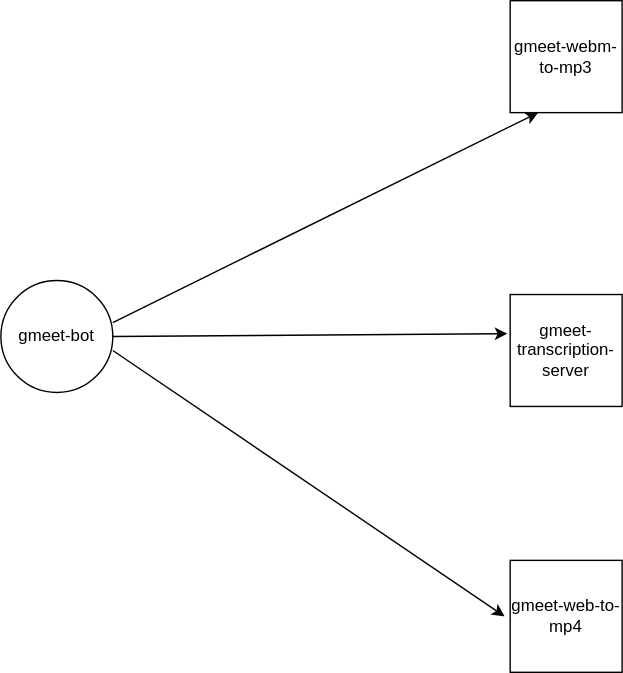
Earlier version of the draw.io export gmeet-webm-mp3-integration (stage-1).drawio.svg (himanshu-bhardwaz/draw.io). Source tidied: cells renumbered, new cells last; positions are measured from the earlier drawing's top-left corner, leaving out a move shared by most shapes. Source of this version:
```xml
<mxGraphModel>
  <root>
    <mxCell id="0" />
    <mxCell id="1" parent="0" />
    <mxCell id="2" value="gmeet-bot" style="ellipse;whiteSpace=wrap;html=1;" parent="1" vertex="1">
      <mxGeometry y="200" width="80" height="80" as="geometry" />
    </mxCell>
    <mxCell id="3" value="gmeet-webm-to-mp3" style="whiteSpace=wrap;html=1;" parent="1" vertex="1">
      <mxGeometry x="364" width="80" height="80" as="geometry" />
    </mxCell>
    <mxCell id="4" value="gmeet-transcription-server" style="whiteSpace=wrap;html=1;" parent="1" vertex="1">
      <mxGeometry x="364" y="210" width="80" height="80" as="geometry" />
    </mxCell>
    <mxCell id="5" value="gmeet-web-to-mp4" style="whiteSpace=wrap;html=1;" parent="1" vertex="1">
      <mxGeometry x="364" y="400" width="80" height="80" as="geometry" />
    </mxCell>
    <mxCell id="6" style="endArrow=classic;html=1;rounded=0;entryX=0.25;entryY=1;entryDx=0;entryDy=0;" parent="1" edge="1" target="3">
      <mxGeometry relative="1" as="geometry">
        <mxPoint x="80" y="230" as="sourcePoint" />
      </mxGeometry>
    </mxCell>
    <mxCell id="7" style="endArrow=classic;html=1;rounded=0;entryX=-0.025;entryY=0.35;entryDx=0;entryDy=0;exitX=1;exitY=0.5;exitDx=0;exitDy=0;entryPerimeter=0;" parent="1" edge="1" source="2" target="4">
      <mxGeometry relative="1" as="geometry" />
    </mxCell>
    <mxCell id="8" style="endArrow=classic;html=1;rounded=0;" parent="1" edge="1">
      <mxGeometry relative="1" as="geometry">
        <mxPoint x="80" y="250" as="sourcePoint" />
        <mxPoint x="360" y="440" as="targetPoint" />
      </mxGeometry>
    </mxCell>
  </root>
</mxGraphModel>
```
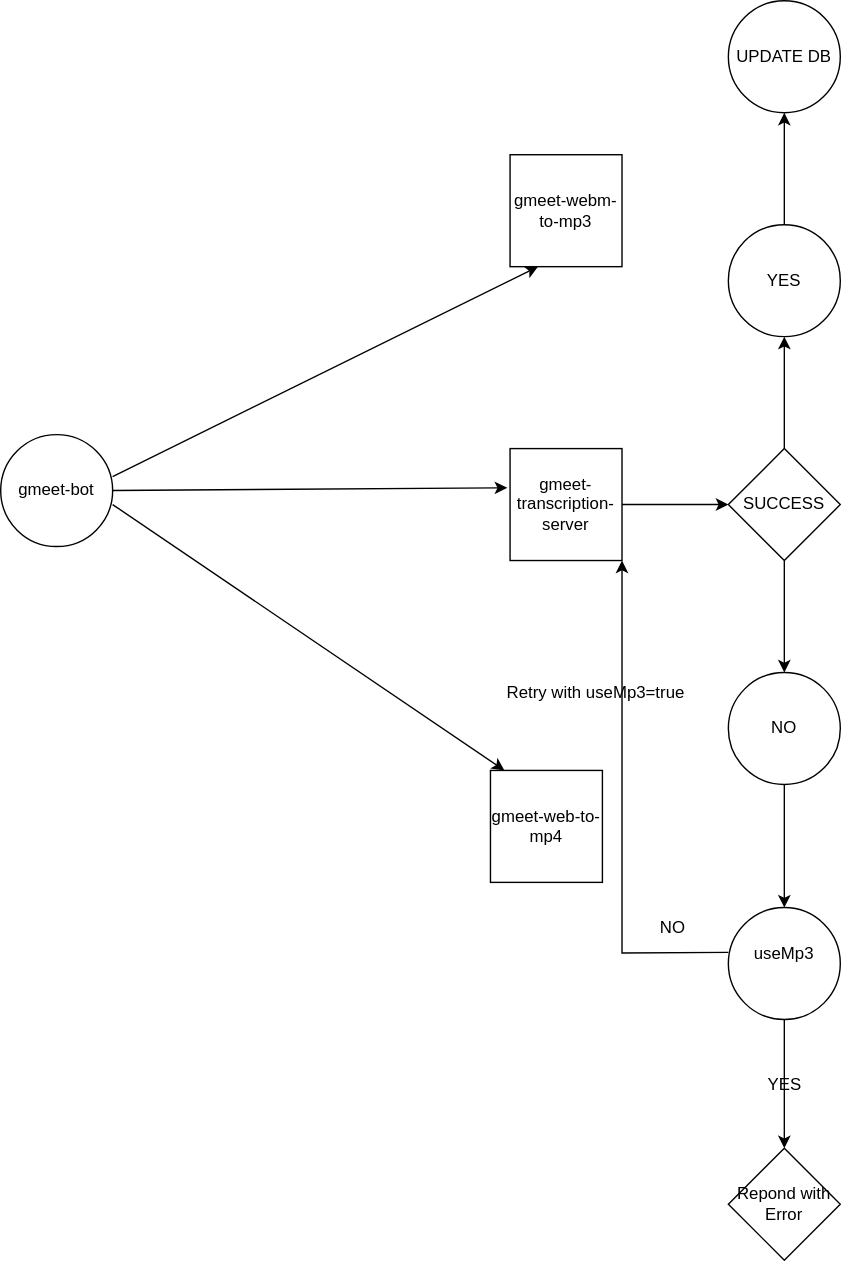
The same file after the commit.

Change to the diagram source:
```diff
@@ -12,7 +12,7 @@
       <mxGeometry x="364" y="210" width="80" height="80" as="geometry" />
     </mxCell>
     <mxCell id="5" value="gmeet-web-to-mp4" style="whiteSpace=wrap;html=1;" parent="1" vertex="1">
-      <mxGeometry x="364" y="400" width="80" height="80" as="geometry" />
+      <mxGeometry x="350" y="440" width="80" height="80" as="geometry" />
     </mxCell>
     <mxCell id="6" style="endArrow=classic;html=1;rounded=0;entryX=0.25;entryY=1;entryDx=0;entryDy=0;" parent="1" edge="1" target="3">
       <mxGeometry relative="1" as="geometry">
@@ -28,5 +28,57 @@
         <mxPoint x="360" y="440" as="targetPoint" />
       </mxGeometry>
     </mxCell>
+    <mxCell id="9" style="edgeStyle=orthogonalEdgeStyle;rounded=0;jettySize=auto;html=1;" parent="1" edge="1" source="11" target="14">
+      <mxGeometry relative="1" as="geometry" />
+    </mxCell>
+    <mxCell id="10" style="edgeStyle=orthogonalEdgeStyle;rounded=0;jettySize=auto;html=1;" parent="1" edge="1" source="11" target="17">
+      <mxGeometry relative="1" as="geometry" />
+    </mxCell>
+    <mxCell id="11" value="SUCCESS" style="rhombus;whiteSpace=wrap;html=1;" parent="1" vertex="1">
+      <mxGeometry x="520" y="210" width="80" height="80" as="geometry" />
+    </mxCell>
+    <mxCell id="12" style="endArrow=classic;html=1;rounded=0;entryX=0;entryY=0.5;entryDx=0;entryDy=0;" parent="1" edge="1" target="11">
+      <mxGeometry relative="1" as="geometry">
+        <mxPoint x="444" y="250" as="sourcePoint" />
+      </mxGeometry>
+    </mxCell>
+    <mxCell id="13" style="edgeStyle=orthogonalEdgeStyle;rounded=0;jettySize=auto;html=1;" parent="1" edge="1" source="14" target="19">
+      <mxGeometry relative="1" as="geometry" />
+    </mxCell>
+    <mxCell id="14" value="YES" style="ellipse;whiteSpace=wrap;html=1;" parent="1" vertex="1">
+      <mxGeometry x="520" y="50" width="80" height="80" as="geometry" />
+    </mxCell>
+    <mxCell id="15" style="edgeStyle=orthogonalEdgeStyle;rounded=0;jettySize=auto;html=1;exitX=0;exitY=0.5;exitDx=0;exitDy=0;entryX=1;entryY=1;entryDx=0;entryDy=0;" parent="1" edge="1" target="4">
+      <mxGeometry relative="1" as="geometry">
+        <mxPoint x="520" y="570" as="sourcePoint" />
+      </mxGeometry>
+    </mxCell>
+    <mxCell id="16" style="edgeStyle=orthogonalEdgeStyle;rounded=0;jettySize=auto;html=1;" parent="1" edge="1" source="17" target="21">
+      <mxGeometry relative="1" as="geometry" />
+    </mxCell>
+    <mxCell id="17" value="NO" style="ellipse;whiteSpace=wrap;html=1;" parent="1" vertex="1">
+      <mxGeometry x="520" y="370" width="80" height="80" as="geometry" />
+    </mxCell>
+    <mxCell id="18" value="Retry with useMp3=true" style="text;html=1;align=center;verticalAlign=middle;strokeColor=none;fillColor=none;" parent="1" vertex="1">
+      <mxGeometry x="350" y="370" width="150" height="30" as="geometry" />
+    </mxCell>
+    <mxCell id="19" value="UPDATE DB" style="ellipse;whiteSpace=wrap;html=1;" parent="1" vertex="1">
+      <mxGeometry x="520" y="-110" width="80" height="80" as="geometry" />
+    </mxCell>
+    <mxCell id="20" style="edgeStyle=orthogonalEdgeStyle;rounded=0;jettySize=auto;html=1;" parent="1" edge="1" source="21" target="23">
+      <mxGeometry relative="1" as="geometry" />
+    </mxCell>
+    <mxCell id="21" value="useMp3&lt;div&gt;&lt;br&gt;&lt;/div&gt;" style="ellipse;whiteSpace=wrap;html=1;" parent="1" vertex="1">
+      <mxGeometry x="520" y="538" width="80" height="80" as="geometry" />
+    </mxCell>
+    <mxCell id="22" value="NO" style="text;html=1;align=center;verticalAlign=middle;strokeColor=none;fillColor=none;" parent="1" vertex="1">
+      <mxGeometry x="460" y="538" width="40" height="30" as="geometry" />
+    </mxCell>
+    <mxCell id="23" value="Repond with Error" style="rhombus;whiteSpace=wrap;html=1;" parent="1" vertex="1">
+      <mxGeometry x="520" y="710" width="80" height="80" as="geometry" />
+    </mxCell>
+    <mxCell id="24" value="YES" style="text;html=1;align=center;verticalAlign=middle;strokeColor=none;fillColor=none;" parent="1" vertex="1">
+      <mxGeometry x="535" y="650" width="50" height="30" as="geometry" />
+    </mxCell>
   </root>
 </mxGraphModel>
```
